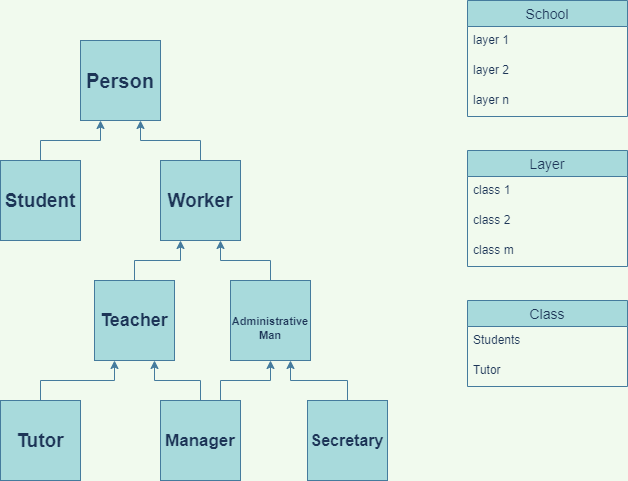
Earlier version of the draw.io export Block diagram.png (ofir-tan/School-Super-Data-Structure). Source tidied: cells renumbered, new cells last; positions are measured from the earlier drawing's top-left corner, leaving out a move shared by most shapes.
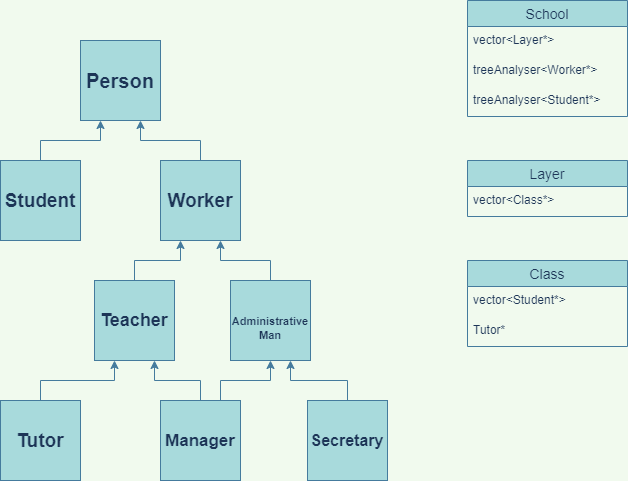
The same file after the commit.

Diff of the diagram source:
```diff
@@ -53,34 +53,28 @@
     <mxCell id="18" value="School" style="swimlane;fontStyle=0;horizontal=1;startSize=26;align=center;fontSize=14;fillColor=#A8DADC;strokeColor=#457B9D;fontColor=#1D3557;" parent="1" vertex="1">
       <mxGeometry x="467" width="160" height="116" as="geometry" />
     </mxCell>
-    <mxCell id="19" value="layer 1" style="text;strokeColor=none;fillColor=none;spacingLeft=4;spacingRight=4;overflow=hidden;fontSize=12;fontColor=#1D3557;" parent="18" vertex="1">
+    <mxCell id="19" value="vector&lt;Layer*&gt;" style="text;strokeColor=none;fillColor=none;spacingLeft=4;spacingRight=4;overflow=hidden;fontSize=12;fontColor=#1D3557;" parent="18" vertex="1">
       <mxGeometry y="26" width="160" height="30" as="geometry" />
     </mxCell>
-    <mxCell id="20" value="layer 2" style="text;strokeColor=none;fillColor=none;spacingLeft=4;spacingRight=4;overflow=hidden;fontSize=12;fontColor=#1D3557;" parent="18" vertex="1">
+    <mxCell id="20" value="treeAnalyser&lt;Worker*&gt;" style="text;strokeColor=none;fillColor=none;spacingLeft=4;spacingRight=4;overflow=hidden;fontSize=12;fontColor=#1D3557;" parent="18" vertex="1">
       <mxGeometry y="56" width="160" height="30" as="geometry" />
     </mxCell>
-    <mxCell id="21" value="layer n" style="text;strokeColor=none;fillColor=none;spacingLeft=4;spacingRight=4;overflow=hidden;fontSize=12;fontColor=#1D3557;" parent="18" vertex="1">
+    <mxCell id="21" value="treeAnalyser&lt;Student*&gt;" style="text;strokeColor=none;fillColor=none;spacingLeft=4;spacingRight=4;overflow=hidden;fontSize=12;fontColor=#1D3557;" parent="18" vertex="1">
       <mxGeometry y="86" width="160" height="30" as="geometry" />
     </mxCell>
     <mxCell id="22" value="Layer" style="swimlane;fontStyle=0;horizontal=1;startSize=26;align=center;fontSize=14;fillColor=#A8DADC;strokeColor=#457B9D;fontColor=#1D3557;" parent="1" vertex="1">
-      <mxGeometry x="467" y="150" width="160" height="116" as="geometry" />
+      <mxGeometry x="467" y="160" width="160" height="56" as="geometry" />
     </mxCell>
-    <mxCell id="23" value="class 1" style="text;strokeColor=none;fillColor=none;spacingLeft=4;spacingRight=4;overflow=hidden;fontSize=12;fontColor=#1D3557;" parent="22" vertex="1">
+    <mxCell id="23" value="vector&lt;Class*&gt;" style="text;strokeColor=none;fillColor=none;spacingLeft=4;spacingRight=4;overflow=hidden;fontSize=12;fontColor=#1D3557;" parent="22" vertex="1">
       <mxGeometry y="26" width="160" height="30" as="geometry" />
     </mxCell>
-    <mxCell id="24" value="class 2" style="text;strokeColor=none;fillColor=none;spacingLeft=4;spacingRight=4;overflow=hidden;fontSize=12;fontColor=#1D3557;" parent="22" vertex="1">
-      <mxGeometry y="56" width="160" height="30" as="geometry" />
-    </mxCell>
-    <mxCell id="25" value="class m" style="text;strokeColor=none;fillColor=none;spacingLeft=4;spacingRight=4;overflow=hidden;fontSize=12;fontColor=#1D3557;" parent="22" vertex="1">
-      <mxGeometry y="86" width="160" height="30" as="geometry" />
-    </mxCell>
     <mxCell id="26" value="Class" style="swimlane;fontStyle=0;horizontal=1;startSize=26;align=center;fontSize=14;fillColor=#A8DADC;strokeColor=#457B9D;fontColor=#1D3557;" parent="1" vertex="1">
-      <mxGeometry x="467" y="300" width="160" height="86" as="geometry" />
+      <mxGeometry x="467" y="260" width="160" height="86" as="geometry" />
     </mxCell>
-    <mxCell id="27" value="Students" style="text;strokeColor=none;fillColor=none;spacingLeft=4;spacingRight=4;overflow=hidden;fontSize=12;fontColor=#1D3557;" parent="26" vertex="1">
+    <mxCell id="27" value="vector&lt;Student*&gt;" style="text;strokeColor=none;fillColor=none;spacingLeft=4;spacingRight=4;overflow=hidden;fontSize=12;fontColor=#1D3557;" parent="26" vertex="1">
       <mxGeometry y="26" width="160" height="30" as="geometry" />
     </mxCell>
-    <mxCell id="28" value="Tutor" style="text;strokeColor=none;fillColor=none;spacingLeft=4;spacingRight=4;overflow=hidden;fontSize=12;fontColor=#1D3557;" parent="26" vertex="1">
+    <mxCell id="28" value="Tutor*" style="text;strokeColor=none;fillColor=none;spacingLeft=4;spacingRight=4;overflow=hidden;fontSize=12;fontColor=#1D3557;" parent="26" vertex="1">
       <mxGeometry y="56" width="160" height="30" as="geometry" />
     </mxCell>
   </root>
```
